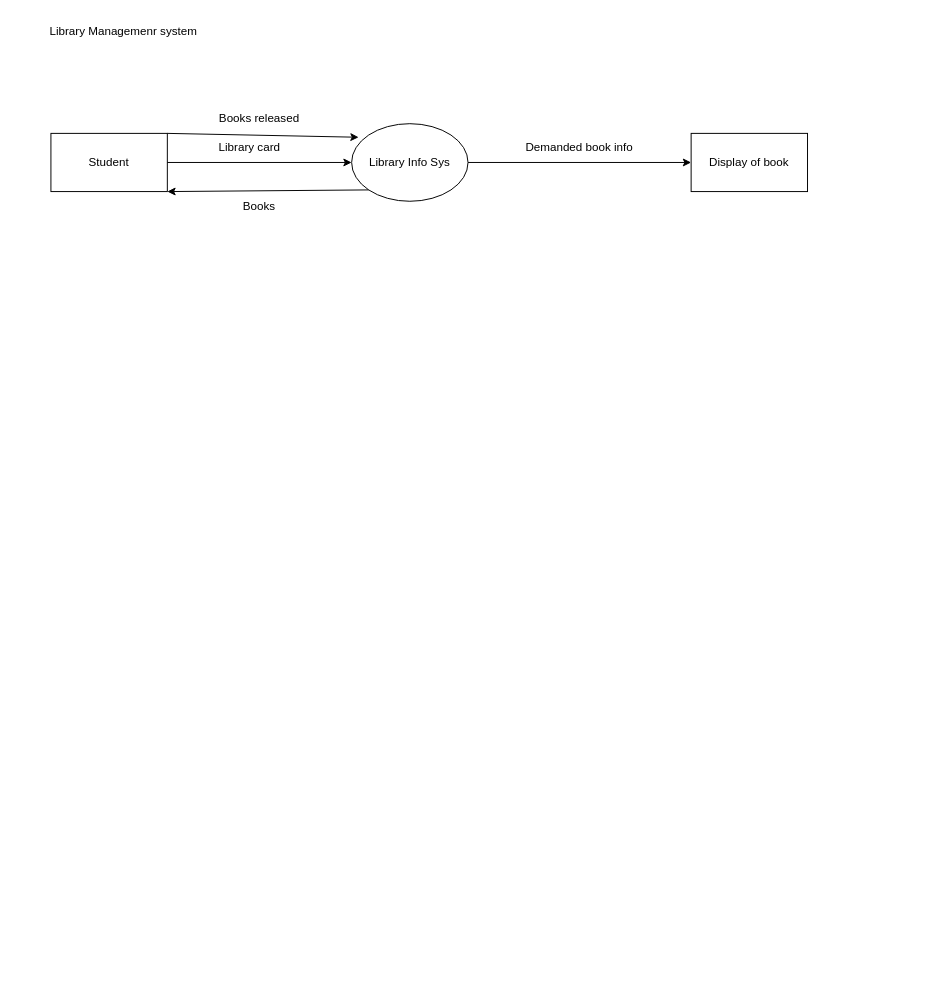
Before: notes/software/new.drawio in k-rite/semIII, a draw.io diagram. Source tidied: cells renumbered, new cells numbered last; positions are measured from the earlier drawing's top-left corner, leaving out a move shared by most shapes. Both pictures are drawn from the tidied source at 97%, with x=0, y=0 at pixel (16, 16).
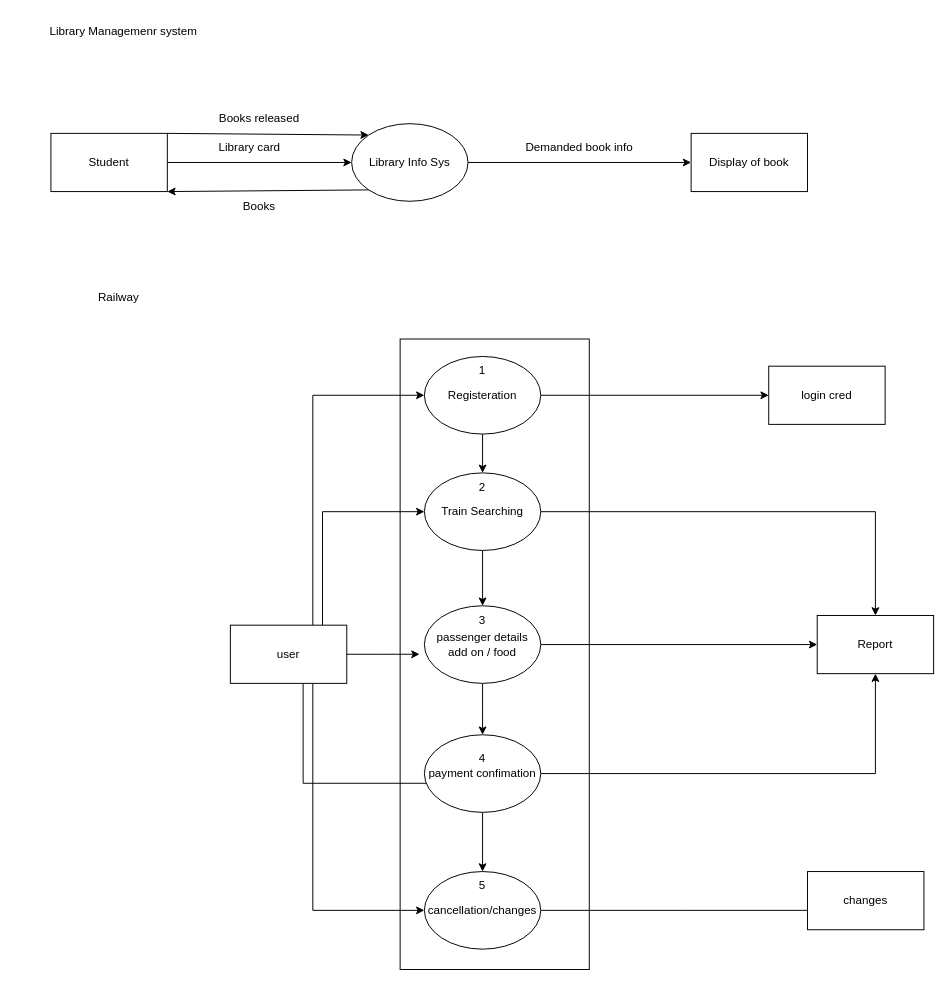
Above is the later version.

The change refers to these unchanged cells:
```xml
<mxCell id="3" value="Student" style="rounded=0;whiteSpace=wrap;html=1;" parent="1" vertex="1">
  <mxGeometry x="35" y="120" width="120" height="60" as="geometry" />
</mxCell>
<mxCell id="5" value="Library Info Sys" style="ellipse;whiteSpace=wrap;html=1;" parent="1" vertex="1">
  <mxGeometry x="345" y="110" width="120" height="80" as="geometry" />
</mxCell>
```

What changed in the source:
```diff
@@
+    <mxCell id="14" style="rounded=0;whiteSpace=wrap;html=1;" parent="1" vertex="1">
+      <mxGeometry x="395" y="332" width="195" height="650" as="geometry" />
+    </mxCell>
@@
-    <mxCell id="7" style="endArrow=classic;html=1;rounded=0;exitX=1;exitY=0;exitDx=0;exitDy=0;entryX=0.06;entryY=0.175;entryDx=0;entryDy=0;entryPerimeter=0;" parent="1" edge="1" source="3" target="5">
+    <mxCell id="7" style="endArrow=classic;html=1;rounded=0;exitX=1;exitY=0;exitDx=0;exitDy=0;entryX=0;entryY=0;entryDx=0;entryDy=0;" parent="1" edge="1" source="3" target="5">
       <mxGeometry relative="1" as="geometry" />
     </mxCell>
@@
+    <mxCell id="15" value="Railway" style="text;html=1;strokeColor=none;fillColor=none;align=center;verticalAlign=middle;whiteSpace=wrap;rounded=0;" parent="1" vertex="1">
+      <mxGeometry x="75" y="274" width="60" height="30" as="geometry" />
+    </mxCell>
+    <mxCell id="16" style="edgeStyle=orthogonalEdgeStyle;rounded=0;jettySize=auto;html=1;entryX=0.5;entryY=0;entryDx=0;entryDy=0;" parent="1" edge="1" source="18" target="42">
+      <mxGeometry relative="1" as="geometry" />
+    </mxCell>
+    <mxCell id="17" style="edgeStyle=orthogonalEdgeStyle;rounded=0;jettySize=auto;html=1;entryX=0;entryY=0.5;entryDx=0;entryDy=0;" parent="1" edge="1" source="18" target="25">
+      <mxGeometry relative="1" as="geometry" />
+    </mxCell>
+    <mxCell id="18" value="Registeration" style="ellipse;whiteSpace=wrap;html=1;" parent="1" vertex="1">
+      <mxGeometry x="420" y="350" width="120" height="80" as="geometry" />
+    </mxCell>
+    <mxCell id="19" style="edgeStyle=orthogonalEdgeStyle;rounded=0;jettySize=auto;html=1;entryX=0.5;entryY=0;entryDx=0;entryDy=0;" parent="1" edge="1" source="21" target="24">
+      <mxGeometry relative="1" as="geometry" />
+    </mxCell>
+    <mxCell id="20" style="edgeStyle=orthogonalEdgeStyle;rounded=0;jettySize=auto;html=1;" parent="1" edge="1" source="21" target="32">
+      <mxGeometry relative="1" as="geometry" />
+    </mxCell>
+    <mxCell id="21" value="Train Searching" style="ellipse;whiteSpace=wrap;html=1;" parent="1" vertex="1">
+      <mxGeometry x="420" y="470" width="120" height="80" as="geometry" />
+    </mxCell>
+    <mxCell id="22" style="edgeStyle=orthogonalEdgeStyle;rounded=0;jettySize=auto;html=1;entryX=0.5;entryY=0;entryDx=0;entryDy=0;" parent="1" edge="1" source="24">
+      <mxGeometry relative="1" as="geometry">
+        <mxPoint x="480" y="740" as="targetPoint" />
+      </mxGeometry>
+    </mxCell>
+    <mxCell id="23" style="edgeStyle=orthogonalEdgeStyle;rounded=0;jettySize=auto;html=1;entryX=0;entryY=0.5;entryDx=0;entryDy=0;" parent="1" edge="1" source="24" target="32">
+      <mxGeometry relative="1" as="geometry" />
+    </mxCell>
+    <mxCell id="24" value="passenger details&lt;br&gt;add on / food" style="ellipse;whiteSpace=wrap;html=1;" parent="1" vertex="1">
+      <mxGeometry x="420" y="607" width="120" height="80" as="geometry" />
+    </mxCell>
+    <mxCell id="25" value="login cred" style="rounded=0;whiteSpace=wrap;html=1;" parent="1" vertex="1">
+      <mxGeometry x="775" y="360" width="120" height="60" as="geometry" />
+    </mxCell>
+    <mxCell id="26" style="edgeStyle=orthogonalEdgeStyle;rounded=0;jettySize=auto;html=1;" parent="1" edge="1" source="31">
+      <mxGeometry relative="1" as="geometry">
+        <mxPoint x="415" y="657" as="targetPoint" />
+      </mxGeometry>
+    </mxCell>
+    <mxCell id="27" style="edgeStyle=orthogonalEdgeStyle;rounded=0;jettySize=auto;html=1;" parent="1" edge="1" source="31" target="18">
+      <mxGeometry relative="1" as="geometry">
+        <Array as="points">
+          <mxPoint x="305" y="390" />
+        </Array>
+      </mxGeometry>
+    </mxCell>
+    <mxCell id="28" style="edgeStyle=orthogonalEdgeStyle;rounded=0;jettySize=auto;html=1;" parent="1" edge="1" source="31" target="21">
+      <mxGeometry relative="1" as="geometry">
+        <Array as="points">
+          <mxPoint x="315" y="510" />
+        </Array>
+      </mxGeometry>
+    </mxCell>
+    <mxCell id="29" style="edgeStyle=orthogonalEdgeStyle;rounded=0;jettySize=auto;html=1;" parent="1" edge="1" source="31" target="34">
+      <mxGeometry relative="1" as="geometry">
+        <Array as="points">
+          <mxPoint x="305" y="921" />
+        </Array>
+      </mxGeometry>
+    </mxCell>
+    <mxCell id="30" style="edgeStyle=orthogonalEdgeStyle;rounded=0;jettySize=auto;html=1;" parent="1" edge="1" source="31" target="41">
+      <mxGeometry relative="1" as="geometry">
+        <Array as="points">
+          <mxPoint x="295" y="790" />
+          <mxPoint x="480" y="790" />
+        </Array>
+      </mxGeometry>
+    </mxCell>
+    <mxCell id="31" value="user" style="rounded=0;whiteSpace=wrap;html=1;" parent="1" vertex="1">
+      <mxGeometry x="220" y="627" width="120" height="60" as="geometry" />
+    </mxCell>
+    <mxCell id="32" value="Report" style="rounded=0;whiteSpace=wrap;html=1;" parent="1" vertex="1">
+      <mxGeometry x="825" y="617" width="120" height="60" as="geometry" />
+    </mxCell>
+    <mxCell id="33" style="edgeStyle=orthogonalEdgeStyle;rounded=0;jettySize=auto;html=1;entryX=0;entryY=0.5;entryDx=0;entryDy=0;" parent="1" edge="1" source="34">
+      <mxGeometry relative="1" as="geometry">
+        <mxPoint x="835" y="921" as="targetPoint" />
+      </mxGeometry>
+    </mxCell>
+    <mxCell id="34" value="cancellation/changes" style="ellipse;whiteSpace=wrap;html=1;" parent="1" vertex="1">
+      <mxGeometry x="420" y="881" width="120" height="80" as="geometry" />
+    </mxCell>
+    <mxCell id="35" value="changes" style="rounded=0;whiteSpace=wrap;html=1;" parent="1" vertex="1">
+      <mxGeometry x="815" y="881" width="120" height="60" as="geometry" />
+    </mxCell>
+    <mxCell id="36" style="edgeStyle=orthogonalEdgeStyle;rounded=0;jettySize=auto;html=1;entryX=0.5;entryY=0;entryDx=0;entryDy=0;" parent="1" edge="1" source="38" target="34">
+      <mxGeometry relative="1" as="geometry" />
+    </mxCell>
+    <mxCell id="37" style="edgeStyle=orthogonalEdgeStyle;rounded=0;jettySize=auto;html=1;" parent="1" edge="1" source="38" target="32">
+      <mxGeometry relative="1" as="geometry" />
+    </mxCell>
+    <mxCell id="38" value="payment confimation" style="ellipse;whiteSpace=wrap;html=1;" parent="1" vertex="1">
+      <mxGeometry x="420" y="740" width="120" height="80" as="geometry" />
+    </mxCell>
+    <mxCell id="39" value="3" style="text;html=1;strokeColor=none;fillColor=none;align=center;verticalAlign=middle;whiteSpace=wrap;rounded=0;" parent="1" vertex="1">
+      <mxGeometry x="450" y="607" width="60" height="30" as="geometry" />
+    </mxCell>
+    <mxCell id="40" value="5" style="text;html=1;strokeColor=none;fillColor=none;align=center;verticalAlign=middle;whiteSpace=wrap;rounded=0;" parent="1" vertex="1">
+      <mxGeometry x="450" y="881" width="60" height="30" as="geometry" />
+    </mxCell>
+    <mxCell id="41" value="4" style="text;html=1;strokeColor=none;fillColor=none;align=center;verticalAlign=middle;whiteSpace=wrap;rounded=0;" parent="1" vertex="1">
+      <mxGeometry x="450" y="750" width="60" height="30" as="geometry" />
+    </mxCell>
+    <mxCell id="42" value="2" style="text;html=1;strokeColor=none;fillColor=none;align=center;verticalAlign=middle;whiteSpace=wrap;rounded=0;" parent="1" vertex="1">
+      <mxGeometry x="450" y="470" width="60" height="30" as="geometry" />
+    </mxCell>
+    <mxCell id="43" value="1" style="text;html=1;strokeColor=none;fillColor=none;align=center;verticalAlign=middle;whiteSpace=wrap;rounded=0;" parent="1" vertex="1">
+      <mxGeometry x="450" y="350" width="60" height="30" as="geometry" />
+    </mxCell>
```
